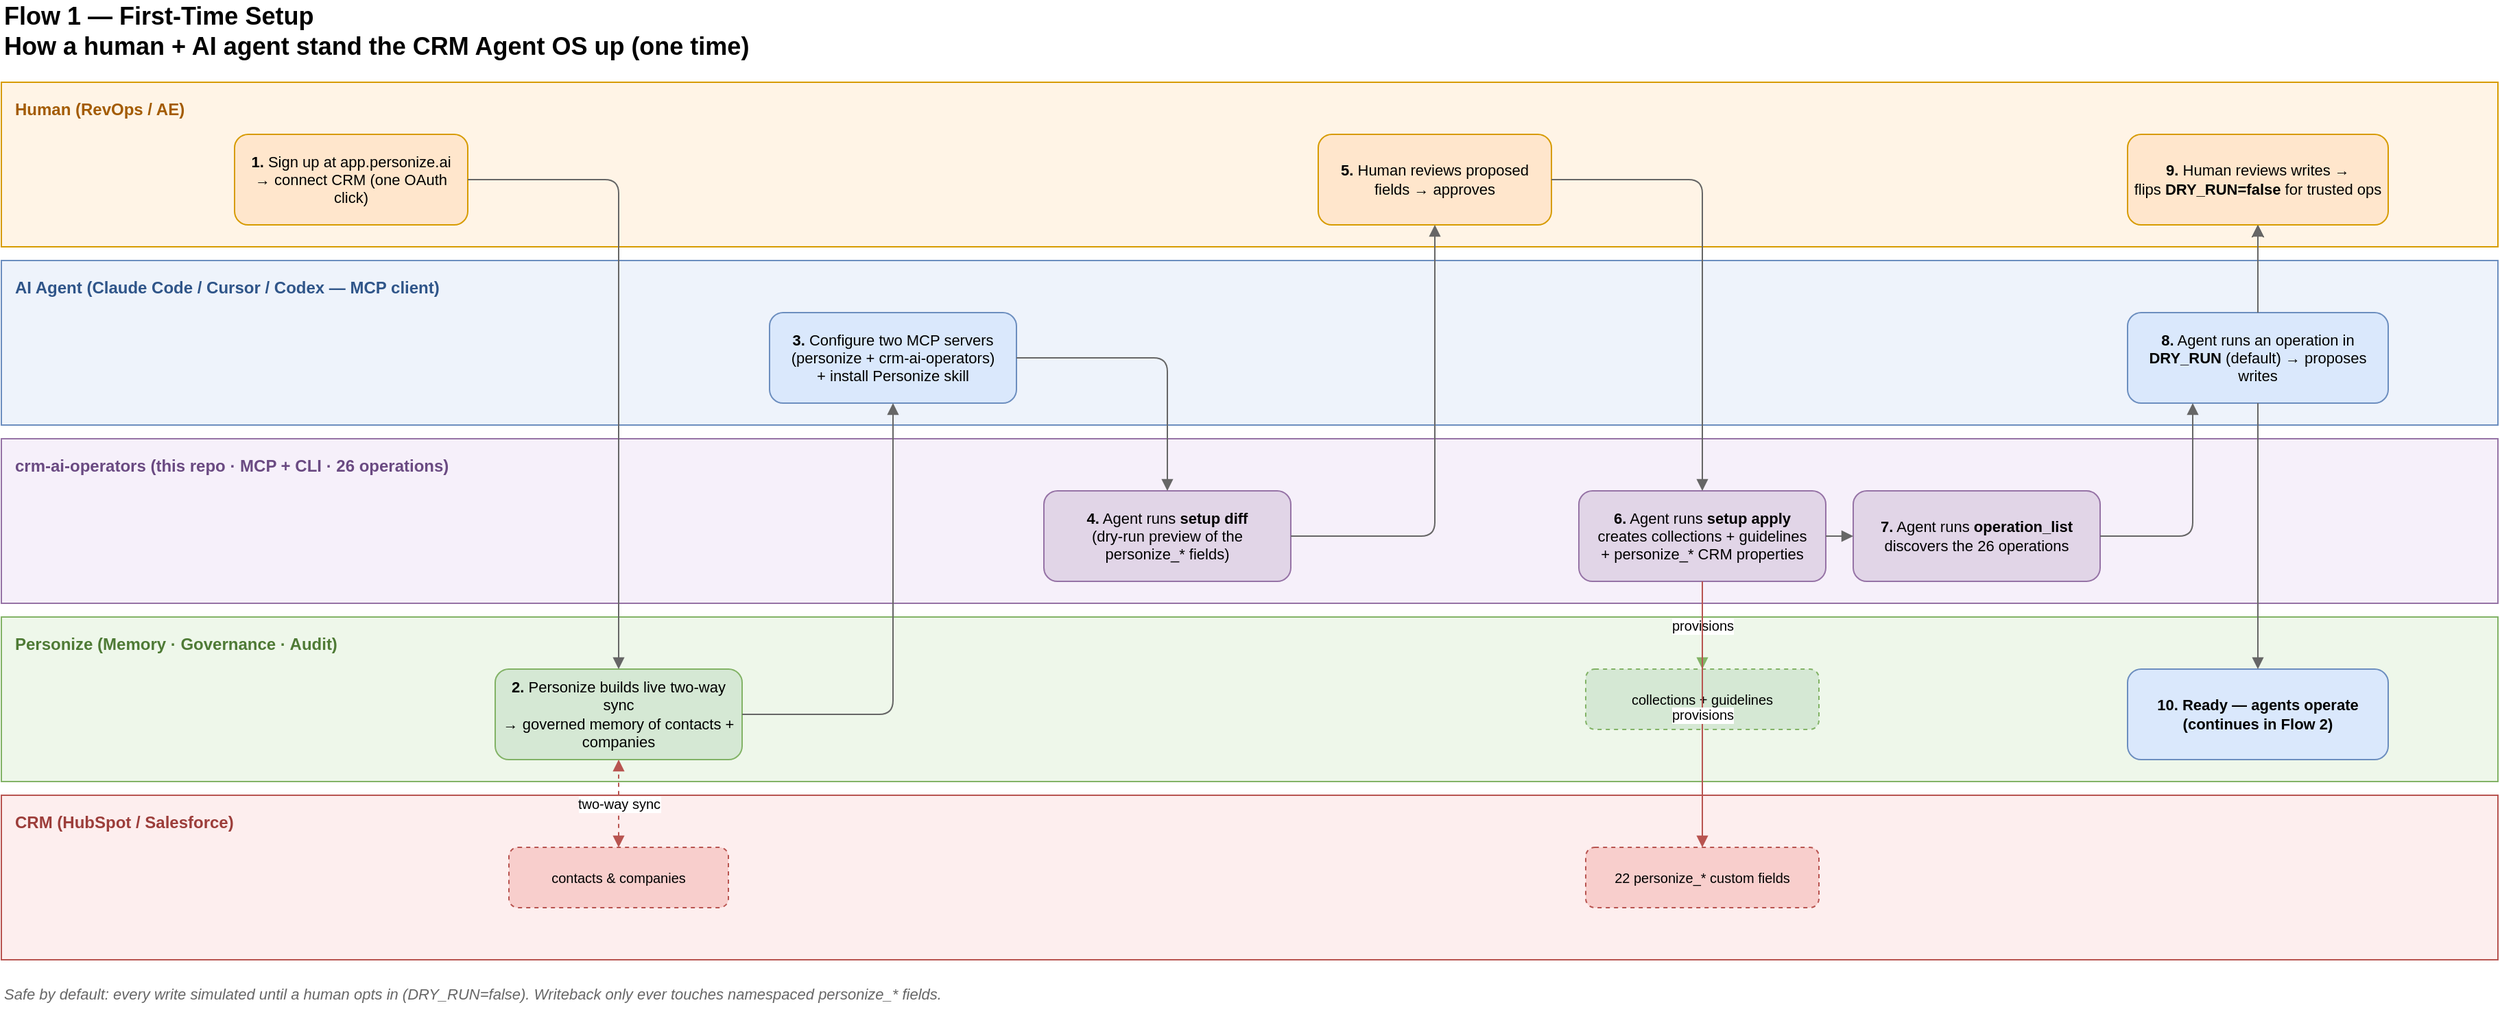
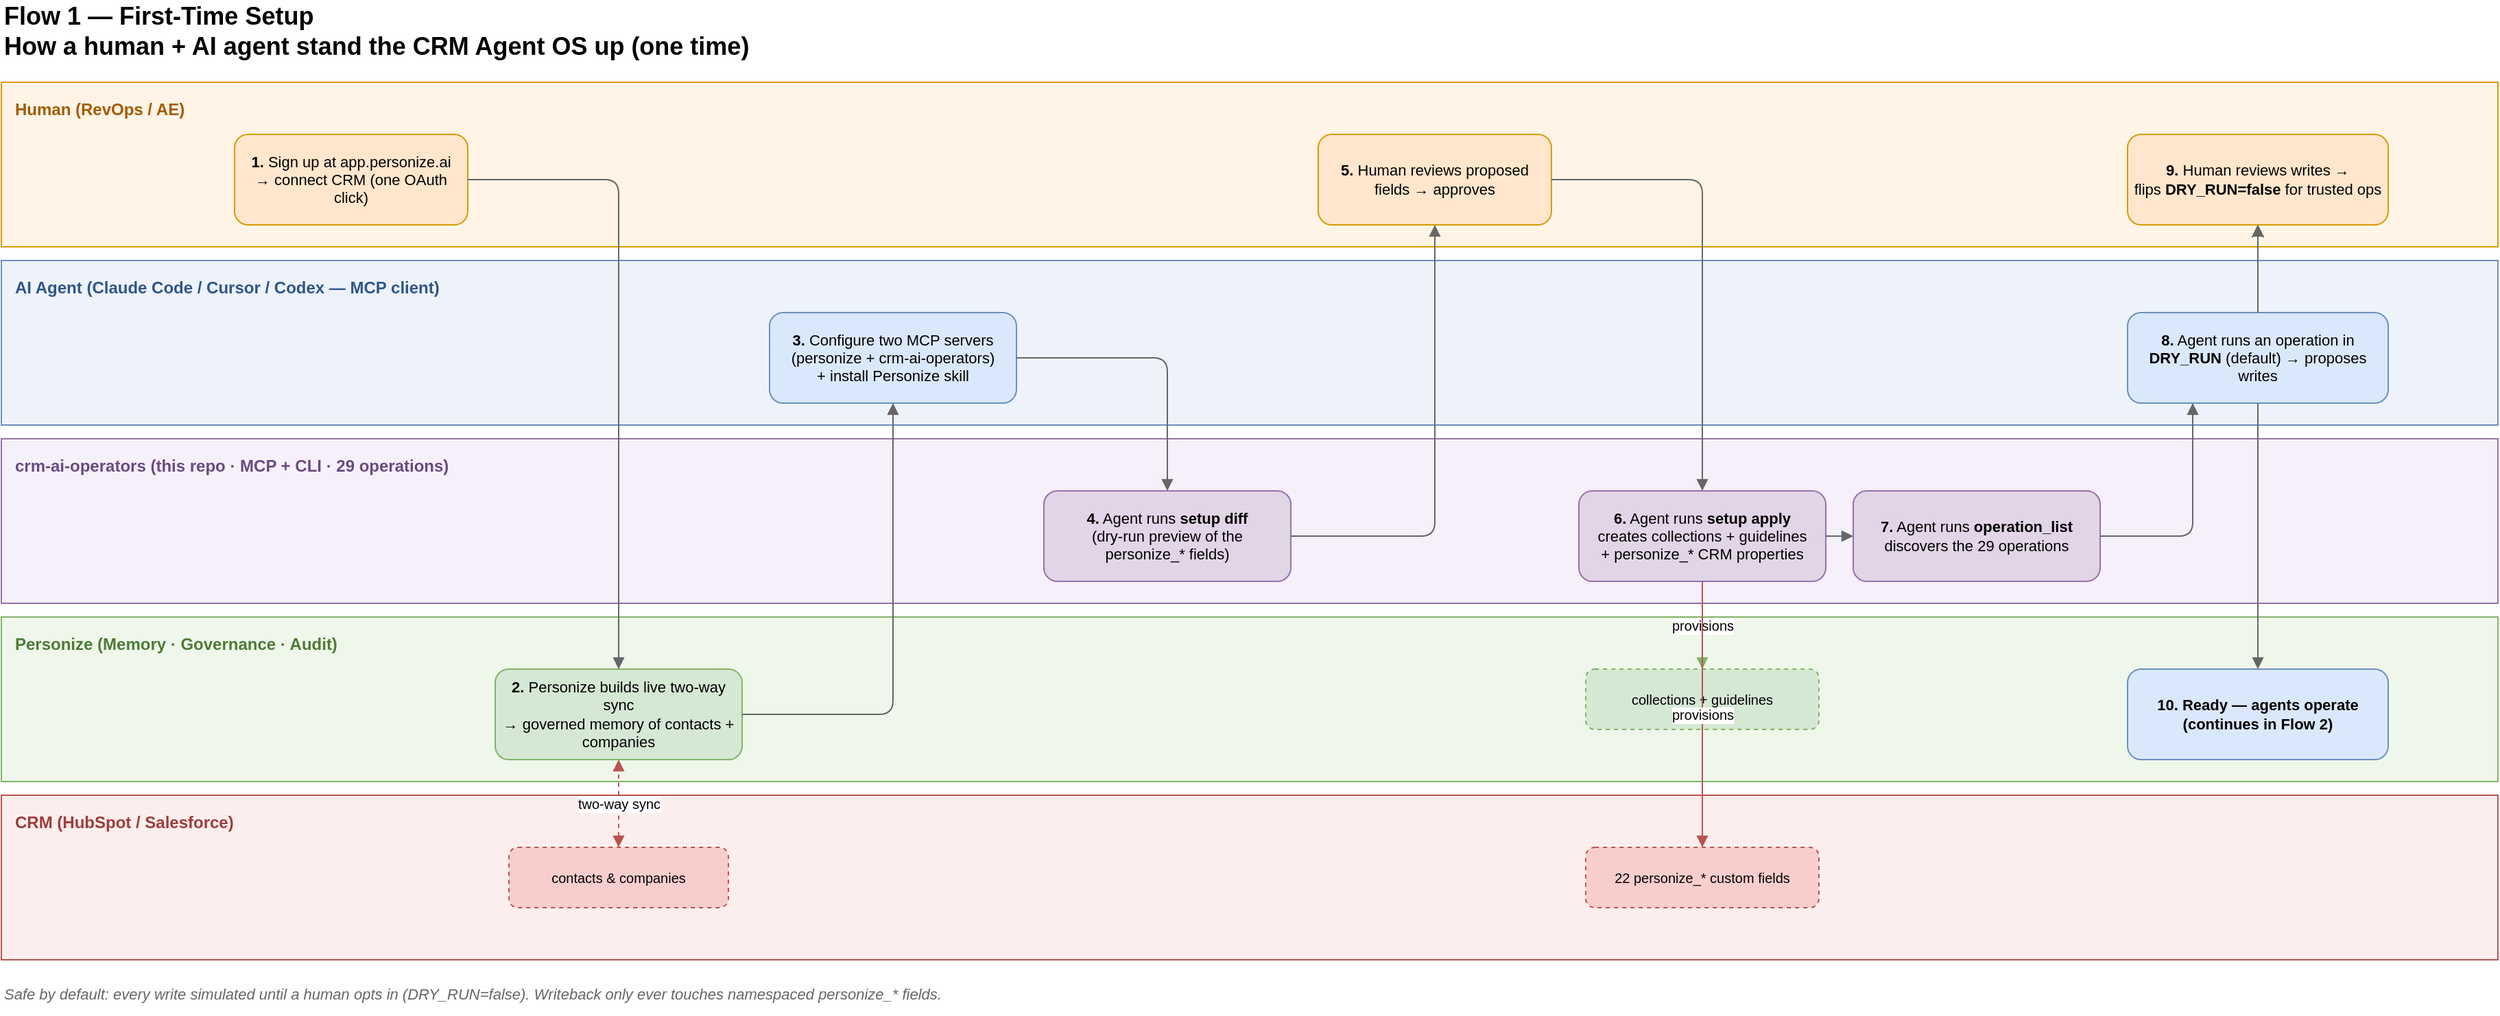
<mxfile host="65bd71144e">
    <diagram name="1 · First-Time Setup (Human + AI Agent)" id="flow1">
        <mxGraphModel dx="1511" dy="1245" grid="0" gridSize="10" guides="1" tooltips="1" connect="1" arrows="1" fold="1" page="1" pageScale="1" pageWidth="1900" pageHeight="780" math="0" shadow="0">
            <root>
                <mxCell id="0"/>
                <mxCell id="1" parent="0"/>
                <mxCell id="title1" value="Flow 1 — First-Time Setup&#xa;How a human + AI agent stand the CRM Agent OS up (one time)" style="text;html=1;align=left;verticalAlign=middle;fontSize=18;fontStyle=1;whiteSpace=wrap;" parent="1" vertex="1">
                    <mxGeometry x="40" y="10" width="900" height="46" as="geometry"/>
                </mxCell>
                <mxCell id="b0" value="Human  (RevOps / AE)" style="rounded=0;whiteSpace=wrap;html=1;fillColor=#fff4e6;strokeColor=#d79b00;verticalAlign=top;align=left;spacingLeft=8;spacingTop=6;fontStyle=1;fontColor=#a35b00;" parent="1" vertex="1">
                    <mxGeometry x="40" y="70" width="1820" height="120" as="geometry"/>
                </mxCell>
                <mxCell id="b1" value="AI Agent  (Claude Code / Cursor / Codex — MCP client)" style="rounded=0;whiteSpace=wrap;html=1;fillColor=#eef3fb;strokeColor=#6c8ebf;verticalAlign=top;align=left;spacingLeft=8;spacingTop=6;fontStyle=1;fontColor=#2f5589;" parent="1" vertex="1">
                    <mxGeometry x="40" y="200" width="1820" height="120" as="geometry"/>
                </mxCell>
-                 <mxCell id="b2" value="crm-ai-operators  (this repo · MCP + CLI · 26 operations)" style="rounded=0;whiteSpace=wrap;html=1;fillColor=#f6f0fa;strokeColor=#9673a6;verticalAlign=top;align=left;spacingLeft=8;spacingTop=6;fontStyle=1;fontColor=#6a4a82;" parent="1" vertex="1">
+                 <mxCell id="b2" value="crm-ai-operators  (this repo · MCP + CLI · 29 operations)" style="rounded=0;whiteSpace=wrap;html=1;fillColor=#f6f0fa;strokeColor=#9673a6;verticalAlign=top;align=left;spacingLeft=8;spacingTop=6;fontStyle=1;fontColor=#6a4a82;" parent="1" vertex="1">
                    <mxGeometry x="40" y="330" width="1820" height="120" as="geometry"/>
                </mxCell>
                <mxCell id="b3" value="Personize  (Memory · Governance · Audit)" style="rounded=0;whiteSpace=wrap;html=1;fillColor=#eef7ea;strokeColor=#82b366;verticalAlign=top;align=left;spacingLeft=8;spacingTop=6;fontStyle=1;fontColor=#4e7a35;" parent="1" vertex="1">
                    <mxGeometry x="40" y="460" width="1820" height="120" as="geometry"/>
                </mxCell>
                <mxCell id="b4" value="CRM  (HubSpot / Salesforce)" style="rounded=0;whiteSpace=wrap;html=1;fillColor=#fdeeee;strokeColor=#b85450;verticalAlign=top;align=left;spacingLeft=8;spacingTop=6;fontStyle=1;fontColor=#9c3d3a;" parent="1" vertex="1">
                    <mxGeometry x="40" y="590" width="1820" height="120" as="geometry"/>
                </mxCell>
                <mxCell id="s1" value="&lt;b&gt;1.&lt;/b&gt; Sign up at app.personize.ai&lt;br&gt;→ connect CRM (one OAuth click)" style="rounded=1;whiteSpace=wrap;html=1;fillColor=#ffe6cc;strokeColor=#d79b00;fontSize=11;" parent="1" vertex="1">
                    <mxGeometry x="210" y="108" width="170" height="66" as="geometry"/>
                </mxCell>
                <mxCell id="s2" value="&lt;b&gt;2.&lt;/b&gt; Personize builds live two-way sync&lt;br&gt;→ governed memory of contacts + companies" style="rounded=1;whiteSpace=wrap;html=1;fillColor=#d5e8d4;strokeColor=#82b366;fontSize=11;" parent="1" vertex="1">
                    <mxGeometry x="400" y="498" width="180" height="66" as="geometry"/>
                </mxCell>
                <mxCell id="ecrm2" value="contacts &amp; companies" style="rounded=1;whiteSpace=wrap;html=1;fillColor=#f8cecc;strokeColor=#b85450;fontSize=10;dashed=1;" parent="1" vertex="1">
                    <mxGeometry x="410" y="628" width="160" height="44" as="geometry"/>
                </mxCell>
                <mxCell id="s3" value="&lt;b&gt;3.&lt;/b&gt; Configure two MCP servers&lt;br&gt;(personize + crm-ai-operators)&lt;br&gt;+ install Personize skill" style="rounded=1;whiteSpace=wrap;html=1;fillColor=#dae8fc;strokeColor=#6c8ebf;fontSize=11;" parent="1" vertex="1">
                    <mxGeometry x="600" y="238" width="180" height="66" as="geometry"/>
                </mxCell>
                <mxCell id="s4" value="&lt;b&gt;4.&lt;/b&gt; Agent runs &lt;b&gt;setup diff&lt;/b&gt;&lt;br&gt;(dry-run preview of the&lt;br&gt;personize_* fields)" style="rounded=1;whiteSpace=wrap;html=1;fillColor=#e1d5e7;strokeColor=#9673a6;fontSize=11;" parent="1" vertex="1">
                    <mxGeometry x="800" y="368" width="180" height="66" as="geometry"/>
                </mxCell>
                <mxCell id="s5" value="&lt;b&gt;5.&lt;/b&gt; Human reviews proposed&lt;br&gt;fields → approves" style="rounded=1;whiteSpace=wrap;html=1;fillColor=#ffe6cc;strokeColor=#d79b00;fontSize=11;" parent="1" vertex="1">
                    <mxGeometry x="1000" y="108" width="170" height="66" as="geometry"/>
                </mxCell>
                <mxCell id="s6" value="&lt;b&gt;6.&lt;/b&gt; Agent runs &lt;b&gt;setup apply&lt;/b&gt;&lt;br&gt;creates collections + guidelines&lt;br&gt;+ personize_* CRM properties" style="rounded=1;whiteSpace=wrap;html=1;fillColor=#e1d5e7;strokeColor=#9673a6;fontSize=11;" parent="1" vertex="1">
                    <mxGeometry x="1190" y="368" width="180" height="66" as="geometry"/>
                </mxCell>
                <mxCell id="epz6" value="collections + guidelines" style="rounded=1;whiteSpace=wrap;html=1;fillColor=#d5e8d4;strokeColor=#82b366;fontSize=10;dashed=1;" parent="1" vertex="1">
                    <mxGeometry x="1195" y="498" width="170" height="44" as="geometry"/>
                </mxCell>
                <mxCell id="ecrm6" value="22 personize_* custom fields" style="rounded=1;whiteSpace=wrap;html=1;fillColor=#f8cecc;strokeColor=#b85450;fontSize=10;dashed=1;" parent="1" vertex="1">
                    <mxGeometry x="1195" y="628" width="170" height="44" as="geometry"/>
                </mxCell>
-                 <mxCell id="s7" value="&lt;b&gt;7.&lt;/b&gt; Agent runs &lt;b&gt;operation_list&lt;/b&gt;&lt;br&gt;discovers the 26 operations" style="rounded=1;whiteSpace=wrap;html=1;fillColor=#e1d5e7;strokeColor=#9673a6;fontSize=11;" parent="1" vertex="1">
+                 <mxCell id="s7" value="&lt;b&gt;7.&lt;/b&gt; Agent runs &lt;b&gt;operation_list&lt;/b&gt;&lt;br&gt;discovers the 29 operations" style="rounded=1;whiteSpace=wrap;html=1;fillColor=#e1d5e7;strokeColor=#9673a6;fontSize=11;" parent="1" vertex="1">
                    <mxGeometry x="1390" y="368" width="180" height="66" as="geometry"/>
                </mxCell>
                <mxCell id="2" value="" style="edgeStyle=none;html=1;" edge="1" parent="1" source="s8" target="s9">
                    <mxGeometry relative="1" as="geometry"/>
                </mxCell>
                <mxCell id="s8" value="&lt;b&gt;8.&lt;/b&gt; Agent runs an operation in&lt;br&gt;&lt;b&gt;DRY_RUN&lt;/b&gt; (default) → proposes writes" style="rounded=1;whiteSpace=wrap;html=1;fillColor=#dae8fc;strokeColor=#6c8ebf;fontSize=11;" parent="1" vertex="1">
                    <mxGeometry x="1590" y="238" width="190" height="66" as="geometry"/>
                </mxCell>
                <mxCell id="s9" value="&lt;b&gt;9.&lt;/b&gt; Human reviews writes →&lt;br&gt;flips &lt;b&gt;DRY_RUN=false&lt;/b&gt; for trusted ops" style="rounded=1;whiteSpace=wrap;html=1;fillColor=#ffe6cc;strokeColor=#d79b00;fontSize=11;" parent="1" vertex="1">
                    <mxGeometry x="1590" y="108" width="190" height="66" as="geometry"/>
                </mxCell>
                <mxCell id="s10" value="&lt;b&gt;10.&lt;/b&gt; Ready — agents operate&lt;br&gt;(continues in Flow 2)" style="rounded=1;whiteSpace=wrap;html=1;fillColor=#dae8fc;strokeColor=#6c8ebf;fontStyle=1;fontSize=11;" parent="1" vertex="1">
                    <mxGeometry x="1590" y="498" width="190" height="66" as="geometry"/>
                </mxCell>
                <mxCell id="e1" style="edgeStyle=orthogonalEdgeStyle;rounded=1;html=1;strokeColor=#666666;endArrow=block;" parent="1" source="s1" target="s2" edge="1">
                    <mxGeometry relative="1" as="geometry"/>
                </mxCell>
                <mxCell id="esync" value="two-way sync" style="endArrow=block;startArrow=block;html=1;rounded=1;strokeColor=#b85450;dashed=1;fontSize=10;" parent="1" source="ecrm2" target="s2" edge="1">
                    <mxGeometry relative="1" as="geometry"/>
                </mxCell>
                <mxCell id="e2" style="edgeStyle=orthogonalEdgeStyle;rounded=1;html=1;strokeColor=#666666;endArrow=block;" parent="1" source="s2" target="s3" edge="1">
                    <mxGeometry relative="1" as="geometry"/>
                </mxCell>
                <mxCell id="e3" style="edgeStyle=orthogonalEdgeStyle;rounded=1;html=1;strokeColor=#666666;endArrow=block;" parent="1" source="s3" target="s4" edge="1">
                    <mxGeometry relative="1" as="geometry"/>
                </mxCell>
                <mxCell id="e4" style="edgeStyle=orthogonalEdgeStyle;rounded=1;html=1;strokeColor=#666666;endArrow=block;" parent="1" source="s4" target="s5" edge="1">
                    <mxGeometry relative="1" as="geometry"/>
                </mxCell>
                <mxCell id="e5" style="edgeStyle=orthogonalEdgeStyle;rounded=1;html=1;strokeColor=#666666;endArrow=block;" parent="1" source="s5" target="s6" edge="1">
                    <mxGeometry relative="1" as="geometry"/>
                </mxCell>
                <mxCell id="e6a" value="provisions" style="edgeStyle=orthogonalEdgeStyle;rounded=1;html=1;strokeColor=#82b366;endArrow=block;fontSize=10;" parent="1" source="s6" target="epz6" edge="1">
                    <mxGeometry relative="1" as="geometry"/>
                </mxCell>
                <mxCell id="e6b" value="provisions" style="edgeStyle=orthogonalEdgeStyle;rounded=1;html=1;strokeColor=#b85450;endArrow=block;fontSize=10;" parent="1" source="s6" target="ecrm6" edge="1">
                    <mxGeometry relative="1" as="geometry"/>
                </mxCell>
                <mxCell id="e6c" style="edgeStyle=orthogonalEdgeStyle;rounded=1;html=1;strokeColor=#666666;endArrow=block;" parent="1" source="s6" target="s7" edge="1">
                    <mxGeometry relative="1" as="geometry"/>
                </mxCell>
                <mxCell id="e7" style="edgeStyle=orthogonalEdgeStyle;rounded=1;html=1;strokeColor=#666666;endArrow=block;entryX=0.25;entryY=1;entryDx=0;entryDy=0;" parent="1" source="s7" target="s8" edge="1">
                    <mxGeometry relative="1" as="geometry"/>
                </mxCell>
                <mxCell id="e8" style="edgeStyle=orthogonalEdgeStyle;rounded=1;html=1;strokeColor=#666666;endArrow=block;" parent="1" source="s8" target="s9" edge="1">
                    <mxGeometry relative="1" as="geometry"/>
                </mxCell>
                <mxCell id="e9" style="edgeStyle=orthogonalEdgeStyle;rounded=1;html=1;strokeColor=#666666;endArrow=block;exitX=0.5;exitY=1;exitDx=0;exitDy=0;" parent="1" source="s8" target="s10" edge="1">
                    <mxGeometry relative="1" as="geometry"/>
                </mxCell>
                <mxCell id="note1" value="Safe by default: every write simulated until a human opts in (DRY_RUN=false). Writeback only ever touches namespaced personize_* fields." style="text;html=1;align=left;verticalAlign=middle;fontSize=11;fontStyle=2;fontColor=#666666;whiteSpace=wrap;" parent="1" vertex="1">
                    <mxGeometry x="40" y="720" width="1300" height="30" as="geometry"/>
                </mxCell>
            </root>
        </mxGraphModel>
    </diagram>
    <diagram name="2 · Recurring Autonomous Loop" id="flow2">
        <mxGraphModel dx="1400" dy="900" grid="0" gridSize="10" guides="1" tooltips="1" connect="1" arrows="1" fold="1" page="1" pageScale="1" pageWidth="1500" pageHeight="1000" math="0" shadow="0">
            <root>
                <mxCell id="0"/>
                <mxCell id="1" parent="0"/>
                <mxCell id="title2" value="Flow 2 — Recurring Autonomous Loop&#xa;How AI agents operate the CRM on a schedule, unattended" style="text;html=1;align=left;verticalAlign=middle;fontSize=18;fontStyle=1;whiteSpace=wrap;" vertex="1" parent="1">
                    <mxGeometry x="40" y="20" width="900" height="46" as="geometry"/>
                </mxCell>
                <!-- Trigger -->
                <mxCell id="trigger" value="&lt;b&gt;Trigger&lt;/b&gt;&lt;br&gt;cron · Claude Code routine · Personize schedule&lt;br&gt;(e.g. weekdays 7AM, hourly, 30 min pre-call, Mondays)" style="rounded=1;whiteSpace=wrap;html=1;fillColor=#fff2cc;strokeColor=#d6b656;fontSize=12;" vertex="1" parent="1">
                    <mxGeometry x="560" y="90" width="360" height="70" as="geometry"/>
                </mxCell>
                <!-- Loop phases -->
                <mxCell id="p1" value="&lt;b&gt;1 · STRATEGIZE&lt;/b&gt;&lt;br&gt;Recall what&#39;s known + what changed,&lt;br&gt;decide what&#39;s worth doing&lt;br&gt;&lt;i&gt;optimize.review-runs · optimize.refine-icp&lt;/i&gt;" style="rounded=1;whiteSpace=wrap;html=1;fillColor=#dae8fc;strokeColor=#6c8ebf;fontSize=12;" vertex="1" parent="1">
                    <mxGeometry x="560" y="240" width="360" height="100" as="geometry"/>
                </mxCell>
                <mxCell id="p2" value="&lt;b&gt;2 · RUN OPERATIONS&lt;/b&gt;&lt;br&gt;Score · research · generate · sync · analyze&lt;br&gt;&lt;i&gt;prompt (deterministic) or subagent (autonomous)&lt;/i&gt;&lt;br&gt;governed by guidelines, grounded in memory" style="rounded=1;whiteSpace=wrap;html=1;fillColor=#e1d5e7;strokeColor=#9673a6;fontSize=12;" vertex="1" parent="1">
                    <mxGeometry x="1060" y="430" width="360" height="120" as="geometry"/>
                </mxCell>
                <mxCell id="p3" value="&lt;b&gt;3 · REVIEW&lt;/b&gt;&lt;br&gt;Check outcomes &amp; gaps&lt;br&gt;&lt;i&gt;report.pipeline-health · report.win-loss&lt;/i&gt;" style="rounded=1;whiteSpace=wrap;html=1;fillColor=#dae8fc;strokeColor=#6c8ebf;fontSize=12;" vertex="1" parent="1">
                    <mxGeometry x="560" y="640" width="360" height="100" as="geometry"/>
                </mxCell>
                <mxCell id="p4" value="&lt;b&gt;4 · MONITOR &amp; ESCALATE&lt;/b&gt;&lt;br&gt;Surface only what needs a human&lt;br&gt;&lt;i&gt;act.daily-digest · act.notify-rep-handoff&lt;/i&gt;" style="rounded=1;whiteSpace=wrap;html=1;fillColor=#dae8fc;strokeColor=#6c8ebf;fontSize=12;" vertex="1" parent="1">
                    <mxGeometry x="60" y="430" width="360" height="120" as="geometry"/>
                </mxCell>
                <!-- Center -->
                <mxCell id="center" value="&lt;b&gt;Personize&lt;/b&gt;&lt;br&gt;Memory · Governance · Audit&lt;br&gt;&lt;br&gt;every step is grounded in memory,&lt;br&gt;gated by guidelines, and logged" style="ellipse;whiteSpace=wrap;html=1;fillColor=#d5e8d4;strokeColor=#82b366;fontSize=12;fontStyle=0;" vertex="1" parent="1">
                    <mxGeometry x="600" y="410" width="280" height="160" as="geometry"/>
                </mxCell>
                <!-- Side systems -->
                <mxCell id="crm" value="&lt;b&gt;CRM (HubSpot / Salesforce)&lt;/b&gt;&lt;br&gt;personize_* writeback — every read &amp; write audited" style="rounded=1;whiteSpace=wrap;html=1;fillColor=#f8cecc;strokeColor=#b85450;fontSize=12;" vertex="1" parent="1">
                    <mxGeometry x="1080" y="640" width="320" height="80" as="geometry"/>
                </mxCell>
                <mxCell id="human" value="&lt;b&gt;Human (RevOps / AE / Leadership)&lt;/b&gt;&lt;br&gt;receives digests &amp; handoffs (Slack / email)&lt;br&gt;adjusts the playbook" style="rounded=1;whiteSpace=wrap;html=1;fillColor=#ffe6cc;strokeColor=#d79b00;fontSize=12;" vertex="1" parent="1">
                    <mxGeometry x="60" y="640" width="320" height="80" as="geometry"/>
                </mxCell>
                <!-- Edges: trigger then clockwise loop -->
                <mxCell id="te" style="edgeStyle=orthogonalEdgeStyle;rounded=1;html=1;strokeColor=#d6b656;endArrow=block;strokeWidth=2;" edge="1" parent="1" source="trigger" target="p1">
                    <mxGeometry relative="1" as="geometry"/>
                </mxCell>
                <mxCell id="le1" style="edgeStyle=orthogonalEdgeStyle;rounded=1;html=1;strokeColor=#444444;endArrow=block;strokeWidth=2;exitX=1;exitY=0.5;entryX=0.5;entryY=0;" edge="1" parent="1" source="p1" target="p2">
                    <mxGeometry relative="1" as="geometry"/>
                </mxCell>
                <mxCell id="le2" style="edgeStyle=orthogonalEdgeStyle;rounded=1;html=1;strokeColor=#444444;endArrow=block;strokeWidth=2;exitX=0.5;exitY=1;entryX=1;entryY=0.5;" edge="1" parent="1" source="p2" target="p3">
                    <mxGeometry relative="1" as="geometry"/>
                </mxCell>
                <mxCell id="le3" style="edgeStyle=orthogonalEdgeStyle;rounded=1;html=1;strokeColor=#444444;endArrow=block;strokeWidth=2;exitX=0;exitY=0.5;entryX=0.5;entryY=1;" edge="1" parent="1" source="p3" target="p4">
                    <mxGeometry relative="1" as="geometry"/>
                </mxCell>
                <mxCell id="le4" value="repeat" style="edgeStyle=orthogonalEdgeStyle;rounded=1;html=1;strokeColor=#444444;endArrow=block;strokeWidth=2;exitX=0.5;exitY=0;entryX=0;entryY=0.5;fontSize=11;fontStyle=1;" edge="1" parent="1" source="p4" target="p1">
                    <mxGeometry relative="1" as="geometry"/>
                </mxCell>
                <!-- Writeback + escalation -->
                <mxCell id="wb" value="writeback&#xa;personize_* fields" style="edgeStyle=orthogonalEdgeStyle;rounded=1;html=1;strokeColor=#b85450;endArrow=block;dashed=1;fontSize=10;" edge="1" parent="1" source="p2" target="crm">
                    <mxGeometry relative="1" as="geometry"/>
                </mxCell>
                <mxCell id="esc" value="notify / hand off" style="edgeStyle=orthogonalEdgeStyle;rounded=1;html=1;strokeColor=#d79b00;endArrow=block;dashed=1;fontSize=10;" edge="1" parent="1" source="p4" target="human">
                    <mxGeometry relative="1" as="geometry"/>
                </mxCell>
                <mxCell id="adj" value="refine playbook / guidelines" style="edgeStyle=orthogonalEdgeStyle;rounded=1;html=1;strokeColor=#d79b00;endArrow=block;dashed=1;fontSize=10;exitX=0.5;exitY=0;entryX=0.1;entryY=1;" edge="1" parent="1" source="human" target="p4">
                    <mxGeometry relative="1" as="geometry"/>
                </mxCell>
                <!-- Grounding links to center -->
                <mxCell id="g1" style="html=1;strokeColor=#82b366;endArrow=none;dashed=1;dashPattern=1 3;" edge="1" parent="1" source="p1" target="center">
                    <mxGeometry relative="1" as="geometry"/>
                </mxCell>
                <mxCell id="g2" style="html=1;strokeColor=#82b366;endArrow=none;dashed=1;dashPattern=1 3;" edge="1" parent="1" source="p2" target="center">
                    <mxGeometry relative="1" as="geometry"/>
                </mxCell>
                <mxCell id="g3" style="html=1;strokeColor=#82b366;endArrow=none;dashed=1;dashPattern=1 3;" edge="1" parent="1" source="p3" target="center">
                    <mxGeometry relative="1" as="geometry"/>
                </mxCell>
                <mxCell id="g4" style="html=1;strokeColor=#82b366;endArrow=none;dashed=1;dashPattern=1 3;" edge="1" parent="1" source="p4" target="center">
                    <mxGeometry relative="1" as="geometry"/>
                </mxCell>
                <mxCell id="note2" value="Set the playbook once; the CRM runs itself — and tells you what it did. Agents stay silent unless something crosses a threshold worth a human&#39;s attention." style="text;html=1;align=left;verticalAlign=middle;fontSize=11;fontStyle=2;fontColor=#666666;whiteSpace=wrap;" vertex="1" parent="1">
                    <mxGeometry x="60" y="780" width="1340" height="30" as="geometry"/>
                </mxCell>
            </root>
        </mxGraphModel>
    </diagram>
    <diagram name="3 · AI as Operations Engine" id="flow3">
        <mxGraphModel dx="1400" dy="900" grid="0" gridSize="10" guides="1" tooltips="1" connect="1" arrows="1" fold="1" page="1" pageScale="1" pageWidth="1780" pageHeight="980" math="0" shadow="0">
            <root>
                <mxCell id="o0" />
                <mxCell id="o1" parent="o0" />
                <mxCell id="o_title" value="Flow 3 — The AI as the Operations Engine&#xa;The agent discovers, selects, chains &amp; runs operations — and authors new ones for the company" style="text;html=1;align=left;verticalAlign=middle;fontSize=18;fontStyle=1;whiteSpace=wrap;" parent="o1" vertex="1">
                    <mxGeometry x="40" y="16" width="1300" height="46" as="geometry" />
                </mxCell>
                <mxCell id="o_cat" value="Operations Catalog — 26 ops · 9 namespaces&#xa;(discover live via operation_list / crm-agent operation list)" style="rounded=1;whiteSpace=wrap;html=1;fillColor=#fafafa;strokeColor=#999999;verticalAlign=top;align=center;fontStyle=1;spacingTop=6;" parent="o1" vertex="1">
                    <mxGeometry x="40" y="80" width="430" height="755" as="geometry" />
                </mxCell>
                <mxCell id="ns_sync" value="&lt;b&gt;sync / crm&lt;/b&gt; · mirror + normalize&lt;br&gt;crm.sync-core · sync.normalize-lifecycle&lt;br&gt;sync.pull-engagements · sync.push-properties" style="rounded=1;whiteSpace=wrap;html=1;fillColor=#dae8fc;strokeColor=#6c8ebf;fontSize=10;align=left;spacingLeft=8;" parent="o1" vertex="1">
                    <mxGeometry x="52" y="128" width="406" height="84" as="geometry" />
                </mxCell>
                <mxCell id="ns_research" value="&lt;b&gt;research&lt;/b&gt; · enrich from public sources&lt;br&gt;research.account-deep-dive · research.contact-background" style="rounded=1;whiteSpace=wrap;html=1;fillColor=#d5e8d4;strokeColor=#82b366;fontSize=10;align=left;spacingLeft=8;" parent="o1" vertex="1">
                    <mxGeometry x="52" y="220" width="406" height="58" as="geometry" />
                </mxCell>
                <mxCell id="ns_score" value="&lt;b&gt;score&lt;/b&gt; · rank vs ICP / lead quality&lt;br&gt;score.icp-fit · score.lead-quality" style="rounded=1;whiteSpace=wrap;html=1;fillColor=#ffe6cc;strokeColor=#d79b00;fontSize=10;align=left;spacingLeft=8;" parent="o1" vertex="1">
                    <mxGeometry x="52" y="286" width="406" height="58" as="geometry" />
                </mxCell>
                <mxCell id="ns_generate" value="&lt;b&gt;generate&lt;/b&gt; · draft customer-facing assets&lt;br&gt;generate.outreach-sequence · generate.proposal&lt;br&gt;generate.meeting-brief · generate.mutual-action-plan&lt;br&gt;generate.win-back-sequence" style="rounded=1;whiteSpace=wrap;html=1;fillColor=#e1d5e7;strokeColor=#9673a6;fontSize=10;align=left;spacingLeft=8;" parent="o1" vertex="1">
                    <mxGeometry x="52" y="352" width="406" height="92" as="geometry" />
                </mxCell>
                <mxCell id="ns_analyze" value="&lt;b&gt;analyze&lt;/b&gt; · interpret CRM activity&lt;br&gt;analyze.buying-stage · analyze.reply-sentiment&lt;br&gt;analyze.call-summary · analyze.deduplication" style="rounded=1;whiteSpace=wrap;html=1;fillColor=#fff2cc;strokeColor=#d6b656;fontSize=10;align=left;spacingLeft=8;" parent="o1" vertex="1">
                    <mxGeometry x="52" y="452" width="406" height="84" as="geometry" />
                </mxCell>
                <mxCell id="ns_act" value="&lt;b&gt;act&lt;/b&gt; · notify + hand off to humans&lt;br&gt;act.daily-digest · act.notify-rep-handoff" style="rounded=1;whiteSpace=wrap;html=1;fillColor=#f8cecc;strokeColor=#b85450;fontSize=10;align=left;spacingLeft=8;" parent="o1" vertex="1">
                    <mxGeometry x="52" y="544" width="406" height="58" as="geometry" />
                </mxCell>
                <mxCell id="ns_report" value="&lt;b&gt;report&lt;/b&gt; · pipeline + win/loss narrative&lt;br&gt;report.pipeline-health · report.win-loss" style="rounded=1;whiteSpace=wrap;html=1;fillColor=#d5e8d4;strokeColor=#82b366;fontSize=10;align=left;spacingLeft=8;" parent="o1" vertex="1">
                    <mxGeometry x="52" y="610" width="406" height="58" as="geometry" />
                </mxCell>
                <mxCell id="ns_optimize" value="&lt;b&gt;optimize&lt;/b&gt; · review runs + refine playbook&lt;br&gt;optimize.review-runs · optimize.refine-icp" style="rounded=1;whiteSpace=wrap;html=1;fillColor=#dae8fc;strokeColor=#6c8ebf;fontSize=10;align=left;spacingLeft=8;" parent="o1" vertex="1">
                    <mxGeometry x="52" y="676" width="406" height="58" as="geometry" />
                </mxCell>
                <mxCell id="ns_setup" value="&lt;b&gt;setup&lt;/b&gt; · provision schema + properties&lt;br&gt;setup.apply · setup.diff · setup.verify" style="rounded=1;whiteSpace=wrap;html=1;fillColor=#eeeeee;strokeColor=#999999;fontSize=10;align=left;spacingLeft=8;" parent="o1" vertex="1">
                    <mxGeometry x="52" y="742" width="406" height="58" as="geometry" />
                </mxCell>
                <mxCell id="o_engine" value="&lt;b&gt;AI Agent — Orchestration Engine&lt;/b&gt;&lt;br&gt;discovers ops → plans → selects &amp; chains them&lt;br&gt;picks the verb · grounds every call in memory + guidelines" style="rounded=1;whiteSpace=wrap;html=1;fillColor=#dae8fc;strokeColor=#6c8ebf;strokeWidth=3;fontSize=13;" parent="o1" vertex="1">
                    <mxGeometry x="560" y="100" width="470" height="116" as="geometry" />
                </mxCell>
                <mxCell id="o_prompt" value="&lt;b&gt;prompt&lt;/b&gt; — deterministic&lt;br&gt;one governed call → structured output&lt;br&gt;(score · analyze · report)" style="rounded=1;whiteSpace=wrap;html=1;fillColor=#eef3fb;strokeColor=#6c8ebf;fontSize=11;" parent="o1" vertex="1">
                    <mxGeometry x="560" y="234" width="230" height="70" as="geometry" />
                </mxCell>
                <mxCell id="o_subagent" value="&lt;b&gt;subagent&lt;/b&gt; — autonomous&lt;br&gt;plans, calls tools, acts multi-step&lt;br&gt;(research · multi-tool generate / act)" style="rounded=1;whiteSpace=wrap;html=1;fillColor=#eef3fb;strokeColor=#6c8ebf;fontSize=11;" parent="o1" vertex="1">
                    <mxGeometry x="800" y="234" width="230" height="70" as="geometry" />
                </mxCell>
                <mxCell id="o_pipe" value="Example orchestration — &quot;Morning lead triage&quot;  (one of many; the agent composes any chain across namespaces)" style="rounded=1;whiteSpace=wrap;html=1;fillColor=#ffffff;strokeColor=#999999;dashed=1;verticalAlign=top;align=left;spacingLeft=10;spacingTop=6;fontStyle=2;" parent="o1" vertex="1">
                    <mxGeometry x="560" y="330" width="1180" height="120" as="geometry" />
                </mxCell>
                <mxCell id="po1" value="sync.pull-engagements" style="rounded=1;whiteSpace=wrap;html=1;fillColor=#dae8fc;strokeColor=#6c8ebf;fontSize=10;" parent="o1" vertex="1">
                    <mxGeometry x="572" y="380" width="190" height="58" as="geometry" />
                </mxCell>
                <mxCell id="po2" value="score.icp-fit" style="rounded=1;whiteSpace=wrap;html=1;fillColor=#ffe6cc;strokeColor=#d79b00;fontSize=10;" parent="o1" vertex="1">
                    <mxGeometry x="792" y="380" width="190" height="58" as="geometry" />
                </mxCell>
                <mxCell id="po3" value="analyze.buying-stage" style="rounded=1;whiteSpace=wrap;html=1;fillColor=#fff2cc;strokeColor=#d6b656;fontSize=10;" parent="o1" vertex="1">
                    <mxGeometry x="1012" y="380" width="190" height="58" as="geometry" />
                </mxCell>
                <mxCell id="po4" value="generate.meeting-brief" style="rounded=1;whiteSpace=wrap;html=1;fillColor=#e1d5e7;strokeColor=#9673a6;fontSize=10;" parent="o1" vertex="1">
                    <mxGeometry x="1232" y="380" width="190" height="58" as="geometry" />
                </mxCell>
                <mxCell id="po5" value="act.daily-digest" style="rounded=1;whiteSpace=wrap;html=1;fillColor=#f8cecc;strokeColor=#b85450;fontSize=10;" parent="o1" vertex="1">
                    <mxGeometry x="1452" y="380" width="190" height="58" as="geometry" />
                </mxCell>
                <mxCell id="pe1" style="html=1;rounded=1;endArrow=block;strokeColor=#444444;" parent="o1" source="po1" target="po2" edge="1"><mxGeometry relative="1" as="geometry" /></mxCell>
                <mxCell id="pe2" style="html=1;rounded=1;endArrow=block;strokeColor=#444444;" parent="o1" source="po2" target="po3" edge="1"><mxGeometry relative="1" as="geometry" /></mxCell>
                <mxCell id="pe3" style="html=1;rounded=1;endArrow=block;strokeColor=#444444;" parent="o1" source="po3" target="po4" edge="1"><mxGeometry relative="1" as="geometry" /></mxCell>
                <mxCell id="pe4" style="html=1;rounded=1;endArrow=block;strokeColor=#444444;" parent="o1" source="po4" target="po5" edge="1"><mxGeometry relative="1" as="geometry" /></mxCell>
                <mxCell id="o_pz" value="&lt;b&gt;Personize&lt;/b&gt; — guidelines loaded + memory recalled &lt;b&gt;before every call&lt;/b&gt; · every read &amp; write audited · dry-run by default" style="rounded=1;whiteSpace=wrap;html=1;fillColor=#d5e8d4;strokeColor=#82b366;fontSize=12;" parent="o1" vertex="1">
                    <mxGeometry x="560" y="480" width="1180" height="64" as="geometry" />
                </mxCell>
                <mxCell id="o_crm" value="&lt;b&gt;CRM (HubSpot / Salesforce)&lt;/b&gt;&lt;br&gt;personize_* writeback" style="rounded=1;whiteSpace=wrap;html=1;fillColor=#f8cecc;strokeColor=#b85450;fontSize=12;" parent="o1" vertex="1">
                    <mxGeometry x="560" y="574" width="570" height="60" as="geometry" />
                </mxCell>
                <mxCell id="o_human" value="&lt;b&gt;Human (RevOps / AE)&lt;/b&gt;&lt;br&gt;digests &amp; handoffs (Slack / email)" style="rounded=1;whiteSpace=wrap;html=1;fillColor=#ffe6cc;strokeColor=#d79b00;fontSize=12;" parent="o1" vertex="1">
                    <mxGeometry x="1170" y="574" width="570" height="60" as="geometry" />
                </mxCell>
                <mxCell id="o_ext" value="Extend the library — the AI is also an author (the engine grows the catalog it draws from)" style="rounded=1;whiteSpace=wrap;html=1;fillColor=#f6f0fa;strokeColor=#9673a6;verticalAlign=top;align=left;spacingLeft=10;spacingTop=6;fontStyle=1;fontColor=#6a4a82;" parent="o1" vertex="1">
                    <mxGeometry x="560" y="670" width="1180" height="140" as="geometry" />
                </mxCell>
                <mxCell id="ex1" value="Gap: work the company&#xa;needs, not yet covered" style="rounded=1;whiteSpace=wrap;html=1;fillColor=#ffffff;strokeColor=#9673a6;fontSize=10;" parent="o1" vertex="1">
                    <mxGeometry x="572" y="722" width="200" height="64" as="geometry" />
                </mxCell>
                <mxCell id="ex2" value="&lt;b&gt;idea&lt;/b&gt;&lt;br&gt;description only" style="rounded=1;whiteSpace=wrap;html=1;fillColor=#e1d5e7;strokeColor=#9673a6;fontSize=10;" parent="o1" vertex="1">
                    <mxGeometry x="800" y="722" width="200" height="64" as="geometry" />
                </mxCell>
                <mxCell id="ex3" value="&lt;b&gt;scaffold&lt;/b&gt;&lt;br&gt;structure + frontmatter spec" style="rounded=1;whiteSpace=wrap;html=1;fillColor=#e1d5e7;strokeColor=#9673a6;fontSize=10;" parent="o1" vertex="1">
                    <mxGeometry x="1028" y="722" width="200" height="64" as="geometry" />
                </mxCell>
                <mxCell id="ex4" value="&lt;b&gt;live&lt;/b&gt;&lt;br&gt;tested, production-ready" style="rounded=1;whiteSpace=wrap;html=1;fillColor=#d5e8d4;strokeColor=#82b366;fontSize=10;" parent="o1" vertex="1">
                    <mxGeometry x="1256" y="722" width="200" height="64" as="geometry" />
                </mxCell>
                <mxCell id="ex5" value="open &lt;b&gt;PR&lt;/b&gt;&lt;br&gt;community grows it ·&lt;br&gt;Personize governs it" style="rounded=1;whiteSpace=wrap;html=1;fillColor=#ffffff;strokeColor=#9673a6;fontSize=10;" parent="o1" vertex="1">
                    <mxGeometry x="1484" y="722" width="200" height="64" as="geometry" />
                </mxCell>
                <mxCell id="xe1" style="html=1;rounded=1;endArrow=block;strokeColor=#9673a6;" parent="o1" source="ex1" target="ex2" edge="1"><mxGeometry relative="1" as="geometry" /></mxCell>
                <mxCell id="xe2" style="html=1;rounded=1;endArrow=block;strokeColor=#9673a6;" parent="o1" source="ex2" target="ex3" edge="1"><mxGeometry relative="1" as="geometry" /></mxCell>
                <mxCell id="xe3" style="html=1;rounded=1;endArrow=block;strokeColor=#9673a6;" parent="o1" source="ex3" target="ex4" edge="1"><mxGeometry relative="1" as="geometry" /></mxCell>
                <mxCell id="xe4" style="html=1;rounded=1;endArrow=block;strokeColor=#9673a6;" parent="o1" source="ex4" target="ex5" edge="1"><mxGeometry relative="1" as="geometry" /></mxCell>
                <mxCell id="ce_cat" value="reads / discovers" style="html=1;rounded=1;edgeStyle=orthogonalEdgeStyle;endArrow=block;strokeColor=#666666;fontSize=11;" parent="o1" source="o_cat" target="o_engine" edge="1"><mxGeometry relative="1" as="geometry" /></mxCell>
                <mxCell id="ce_eng_pipe" value="composes &amp; runs" style="html=1;rounded=1;edgeStyle=orthogonalEdgeStyle;endArrow=block;strokeColor=#666666;strokeWidth=2;fontSize=11;" parent="o1" source="o_engine" target="o_pipe" edge="1"><mxGeometry relative="1" as="geometry" /></mxCell>
                <mxCell id="ce_pipe_pz" value="each call is governed" style="html=1;rounded=1;edgeStyle=orthogonalEdgeStyle;endArrow=block;strokeColor=#82b366;fontSize=11;" parent="o1" source="o_pipe" target="o_pz" edge="1"><mxGeometry relative="1" as="geometry" /></mxCell>
                <mxCell id="ce_pz_crm" value="writeback" style="html=1;rounded=1;edgeStyle=orthogonalEdgeStyle;endArrow=block;strokeColor=#b85450;fontSize=10;" parent="o1" source="o_pz" target="o_crm" edge="1"><mxGeometry relative="1" as="geometry" /></mxCell>
                <mxCell id="ce_pz_human" value="notify / hand off" style="html=1;rounded=1;edgeStyle=orthogonalEdgeStyle;endArrow=block;strokeColor=#d79b00;fontSize=10;" parent="o1" source="o_pz" target="o_human" edge="1"><mxGeometry relative="1" as="geometry" /></mxCell>
                <mxCell id="ce_eng_ext" value="authors new ops" style="html=1;rounded=1;edgeStyle=orthogonalEdgeStyle;endArrow=block;dashed=1;strokeColor=#9673a6;fontSize=11;exitX=0;exitY=0.5;entryX=0;entryY=0;" parent="o1" source="o_engine" target="o_ext" edge="1"><mxGeometry relative="1" as="geometry" /></mxCell>
                <mxCell id="ce_live_cat" value="new op joins the catalog" style="html=1;rounded=1;edgeStyle=orthogonalEdgeStyle;endArrow=block;dashed=1;strokeColor=#9673a6;fontSize=10;exitX=0;exitY=0.5;entryX=0.5;entryY=1;" parent="o1" source="ex4" target="o_cat" edge="1"><mxGeometry relative="1" as="geometry" /></mxCell>
                <mxCell id="o_note" value="Same agent, two roles: operator (runs the 26 ops, grounded &amp; audited) and author (turns an uncovered need into a new governed operation). The library it grows is the library it runs." style="text;html=1;align=left;verticalAlign=middle;fontSize=11;fontStyle=2;fontColor=#666666;whiteSpace=wrap;" parent="o1" vertex="1">
                    <mxGeometry x="40" y="850" width="1700" height="30" as="geometry" />
                </mxCell>
            </root>
        </mxGraphModel>
    </diagram>
</mxfile>